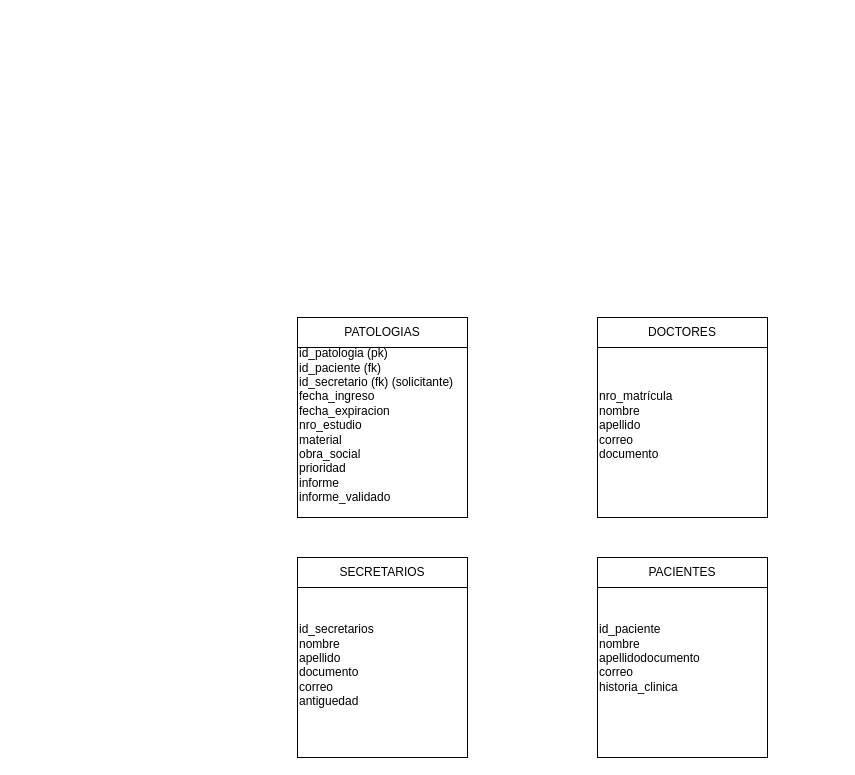
This is server/Untitled Diagram.drawio from UlisesPaz023/multiuser-contact-book, a draw.io file, before an edit. Source tidied: cells renumbered, new cells numbered last; positions are measured from the earlier drawing's top-left corner, leaving out a move shared by most shapes. Both pictures are drawn from the tidied source at 100%, with x=0, y=0 at pixel (297, 317).
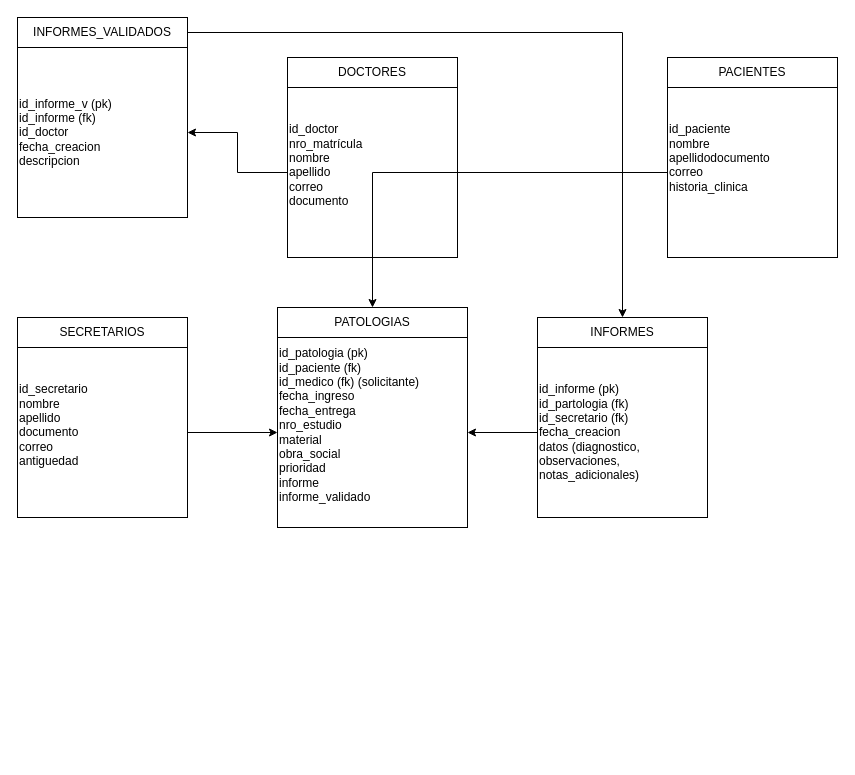
Above is the later version.

Change to the diagram source:
```diff
@@
 <mxGraphModel>
   <root>
     <mxCell id="0" />
     <mxCell id="1" parent="0" />
-    <mxCell id="2" value="&lt;div&gt;&lt;span style=&quot;background-color: transparent; color: light-dark(rgb(0, 0, 0), rgb(255, 255, 255));&quot;&gt;id_patologia (pk)&lt;/span&gt;&lt;/div&gt;&lt;div&gt;&lt;span style=&quot;background-color: transparent; color: light-dark(rgb(0, 0, 0), rgb(255, 255, 255));&quot;&gt;id_paciente (fk)&lt;/span&gt;&lt;/div&gt;&lt;div&gt;&lt;span style=&quot;background-color: transparent; color: light-dark(rgb(0, 0, 0), rgb(255, 255, 255));&quot;&gt;id_secretario (fk) (solicitante)&lt;/span&gt;&lt;/div&gt;&lt;div&gt;&lt;span style=&quot;background-color: transparent; color: light-dark(rgb(0, 0, 0), rgb(255, 255, 255));&quot;&gt;fecha_ingreso&lt;/span&gt;&lt;/div&gt;&lt;div&gt;&lt;span style=&quot;background-color: transparent; color: light-dark(rgb(0, 0, 0), rgb(255, 255, 255));&quot;&gt;fecha_expiracion&lt;/span&gt;&lt;/div&gt;&lt;div&gt;nro_estudio&lt;/div&gt;&lt;div&gt;material&lt;/div&gt;&lt;div&gt;obra_social&lt;/div&gt;&lt;div&gt;prioridad&lt;/div&gt;&lt;div&gt;informe&lt;/div&gt;&lt;div&gt;informe_validado&lt;/div&gt;&lt;div&gt;&lt;br&gt;&lt;/div&gt;" style="whiteSpace=wrap;html=1;flipH=1;flipV=1;align=left;" parent="1" vertex="1">
-      <mxGeometry y="30" width="170" height="170" as="geometry" />
+    <mxCell id="2" value="&lt;div&gt;&lt;span style=&quot;background-color: transparent; color: light-dark(rgb(0, 0, 0), rgb(255, 255, 255));&quot;&gt;id_patologia (pk)&lt;/span&gt;&lt;/div&gt;&lt;div&gt;&lt;span style=&quot;background-color: transparent; color: light-dark(rgb(0, 0, 0), rgb(255, 255, 255));&quot;&gt;id_paciente (fk)&lt;/span&gt;&lt;/div&gt;&lt;div&gt;&lt;span style=&quot;background-color: transparent; color: light-dark(rgb(0, 0, 0), rgb(255, 255, 255));&quot;&gt;id_medico (fk) (solicitante)&lt;/span&gt;&lt;/div&gt;&lt;div&gt;&lt;span style=&quot;background-color: transparent; color: light-dark(rgb(0, 0, 0), rgb(255, 255, 255));&quot;&gt;fecha_ingreso&lt;/span&gt;&lt;/div&gt;&lt;div&gt;&lt;span style=&quot;background-color: transparent; color: light-dark(rgb(0, 0, 0), rgb(255, 255, 255));&quot;&gt;fecha_entrega&lt;/span&gt;&lt;/div&gt;&lt;div&gt;nro_estudio&lt;/div&gt;&lt;div&gt;material&lt;/div&gt;&lt;div&gt;obra_social&lt;/div&gt;&lt;div&gt;prioridad&lt;/div&gt;&lt;div&gt;informe&lt;/div&gt;&lt;div&gt;informe_validado&lt;/div&gt;&lt;div&gt;&lt;br&gt;&lt;/div&gt;" style="whiteSpace=wrap;html=1;flipH=1;flipV=1;align=left;" parent="1" vertex="1">
+      <mxGeometry x="-20" y="20" width="190" height="190" as="geometry" />
     </mxCell>
     <mxCell id="3" value="PATOLOGIAS" style="rounded=0;whiteSpace=wrap;html=1;" parent="1" vertex="1">
-      <mxGeometry width="170" height="30" as="geometry" />
+      <mxGeometry x="-20" y="-10" width="190" height="30" as="geometry" />
     </mxCell>
-    <mxCell id="4" value="nro_matrícula&lt;div&gt;nombre&lt;/div&gt;&lt;div&gt;apellido&lt;/div&gt;&lt;div&gt;correo&lt;/div&gt;&lt;div&gt;documento&lt;br&gt;&lt;div&gt;&lt;br&gt;&lt;/div&gt;&lt;/div&gt;" style="whiteSpace=wrap;html=1;flipH=1;flipV=1;align=left;" parent="1" vertex="1">
-      <mxGeometry x="300" y="30" width="170" height="170" as="geometry" />
+    <mxCell id="4" value="&lt;div&gt;id_doctor&lt;/div&gt;nro_matrícula&lt;div&gt;nombre&lt;/div&gt;&lt;div&gt;apellido&lt;/div&gt;&lt;div&gt;correo&lt;/div&gt;&lt;div&gt;documento&lt;br&gt;&lt;div&gt;&lt;br&gt;&lt;/div&gt;&lt;/div&gt;" style="whiteSpace=wrap;html=1;flipH=1;flipV=1;align=left;" parent="1" vertex="1">
+      <mxGeometry x="-10" y="-230" width="170" height="170" as="geometry" />
     </mxCell>
+    <mxCell id="10" style="edgeStyle=orthogonalEdgeStyle;rounded=0;jettySize=auto;html=1;exitX=0;exitY=0.5;exitDx=0;exitDy=0;" parent="1" edge="1" source="4" target="16">
+      <mxGeometry relative="1" as="geometry" />
+    </mxCell>
     <mxCell id="5" value="DOCTORES" style="rounded=0;whiteSpace=wrap;html=1;" parent="1" vertex="1">
-      <mxGeometry x="300" width="170" height="30" as="geometry" />
+      <mxGeometry x="-10" y="-260" width="170" height="30" as="geometry" />
     </mxCell>
-    <mxCell id="6" value="&lt;div&gt;&lt;div&gt;id_secretarios&lt;/div&gt;&lt;/div&gt;&lt;div&gt;nombre&lt;/div&gt;&lt;div&gt;apellido&lt;/div&gt;&lt;div&gt;documento&lt;/div&gt;&lt;div&gt;correo&lt;/div&gt;&lt;div&gt;antiguedad&lt;/div&gt;&lt;div&gt;&lt;br&gt;&lt;/div&gt;" style="whiteSpace=wrap;html=1;flipH=1;flipV=1;align=left;" parent="1" vertex="1">
-      <mxGeometry y="270" width="170" height="170" as="geometry" />
+    <mxCell id="6" value="&lt;div&gt;&lt;div&gt;id_secretario&lt;/div&gt;&lt;/div&gt;&lt;div&gt;nombre&lt;/div&gt;&lt;div&gt;apellido&lt;/div&gt;&lt;div&gt;documento&lt;/div&gt;&lt;div&gt;correo&lt;/div&gt;&lt;div&gt;antiguedad&lt;/div&gt;&lt;div&gt;&lt;br&gt;&lt;/div&gt;" style="whiteSpace=wrap;html=1;flipH=1;flipV=1;align=left;" parent="1" vertex="1">
+      <mxGeometry x="-280" y="30" width="170" height="170" as="geometry" />
     </mxCell>
+    <mxCell id="11" style="edgeStyle=orthogonalEdgeStyle;rounded=0;jettySize=auto;html=1;" parent="1" edge="1" source="6" target="2">
+      <mxGeometry relative="1" as="geometry" />
+    </mxCell>
     <mxCell id="7" value="SECRETARIOS" style="rounded=0;whiteSpace=wrap;html=1;" parent="1" vertex="1">
-      <mxGeometry y="240" width="170" height="30" as="geometry" />
+      <mxGeometry x="-280" width="170" height="30" as="geometry" />
     </mxCell>
+    <mxCell id="12" style="edgeStyle=orthogonalEdgeStyle;rounded=0;jettySize=auto;html=1;entryX=0.5;entryY=0;entryDx=0;entryDy=0;" parent="1" edge="1" source="8" target="3">
+      <mxGeometry relative="1" as="geometry" />
+    </mxCell>
     <mxCell id="8" value="&lt;div&gt;id_paciente&lt;/div&gt;&lt;div&gt;nombre&lt;/div&gt;&lt;div&gt;apellidodocumento&lt;/div&gt;&lt;div&gt;correo&lt;/div&gt;&lt;div&gt;historia_clinica&lt;/div&gt;&lt;div&gt;&lt;br&gt;&lt;div&gt;&lt;br&gt;&lt;/div&gt;&lt;/div&gt;" style="whiteSpace=wrap;html=1;flipH=1;flipV=1;align=left;" parent="1" vertex="1">
-      <mxGeometry x="300" y="270" width="170" height="170" as="geometry" />
+      <mxGeometry x="370" y="-230" width="170" height="170" as="geometry" />
     </mxCell>
     <mxCell id="9" value="PACIENTES" style="rounded=0;whiteSpace=wrap;html=1;" parent="1" vertex="1">
-      <mxGeometry x="300" y="240" width="170" height="30" as="geometry" />
+      <mxGeometry x="370" y="-260" width="170" height="30" as="geometry" />
     </mxCell>
+    <mxCell id="13" style="edgeStyle=orthogonalEdgeStyle;rounded=0;jettySize=auto;html=1;" parent="1" edge="1" source="14" target="2">
+      <mxGeometry relative="1" as="geometry" />
+    </mxCell>
+    <mxCell id="14" value="&lt;div&gt;&lt;span style=&quot;background-color: transparent; color: light-dark(rgb(0, 0, 0), rgb(255, 255, 255));&quot;&gt;id_informe (pk)&lt;/span&gt;&lt;/div&gt;&lt;div&gt;&lt;span style=&quot;background-color: transparent; color: light-dark(rgb(0, 0, 0), rgb(255, 255, 255));&quot;&gt;id_partologia (fk)&lt;/span&gt;&lt;/div&gt;&lt;div&gt;&lt;span style=&quot;background-color: transparent; color: light-dark(rgb(0, 0, 0), rgb(255, 255, 255));&quot;&gt;id_secretario (fk)&lt;/span&gt;&lt;/div&gt;&lt;div&gt;&lt;span style=&quot;background-color: transparent; color: light-dark(rgb(0, 0, 0), rgb(255, 255, 255));&quot;&gt;fecha_creacion&lt;/span&gt;&lt;/div&gt;&lt;div&gt;datos (diagnostico, observaciones, notas_adicionales)&lt;/div&gt;" style="whiteSpace=wrap;html=1;flipH=1;flipV=1;align=left;" parent="1" vertex="1">
+      <mxGeometry x="240" y="30" width="170" height="170" as="geometry" />
+    </mxCell>
+    <mxCell id="15" value="INFORMES" style="rounded=0;whiteSpace=wrap;html=1;" parent="1" vertex="1">
+      <mxGeometry x="240" width="170" height="30" as="geometry" />
+    </mxCell>
+    <mxCell id="16" value="&lt;div&gt;&lt;span style=&quot;background-color: transparent; color: light-dark(rgb(0, 0, 0), rgb(255, 255, 255));&quot;&gt;id_informe_v (pk)&lt;/span&gt;&lt;/div&gt;&lt;div&gt;&lt;span style=&quot;background-color: transparent; color: light-dark(rgb(0, 0, 0), rgb(255, 255, 255));&quot;&gt;id_informe (fk)&lt;/span&gt;&lt;/div&gt;&lt;div&gt;id_doctor&lt;/div&gt;&lt;div&gt;&lt;span style=&quot;background-color: transparent; color: light-dark(rgb(0, 0, 0), rgb(255, 255, 255));&quot;&gt;fecha_creacion&lt;/span&gt;&lt;/div&gt;&lt;div&gt;descripcion&lt;/div&gt;" style="whiteSpace=wrap;html=1;flipH=1;flipV=1;align=left;" parent="1" vertex="1">
+      <mxGeometry x="-280" y="-270" width="170" height="170" as="geometry" />
+    </mxCell>
+    <mxCell id="17" style="edgeStyle=orthogonalEdgeStyle;rounded=0;jettySize=auto;html=1;entryX=0.5;entryY=0;entryDx=0;entryDy=0;" parent="1" edge="1" source="18" target="15">
+      <mxGeometry relative="1" as="geometry" />
+    </mxCell>
+    <mxCell id="18" value="INFORMES_VALIDADOS" style="rounded=0;whiteSpace=wrap;html=1;" parent="1" vertex="1">
+      <mxGeometry x="-280" y="-300" width="170" height="30" as="geometry" />
+    </mxCell>
   </root>
 </mxGraphModel>
```
